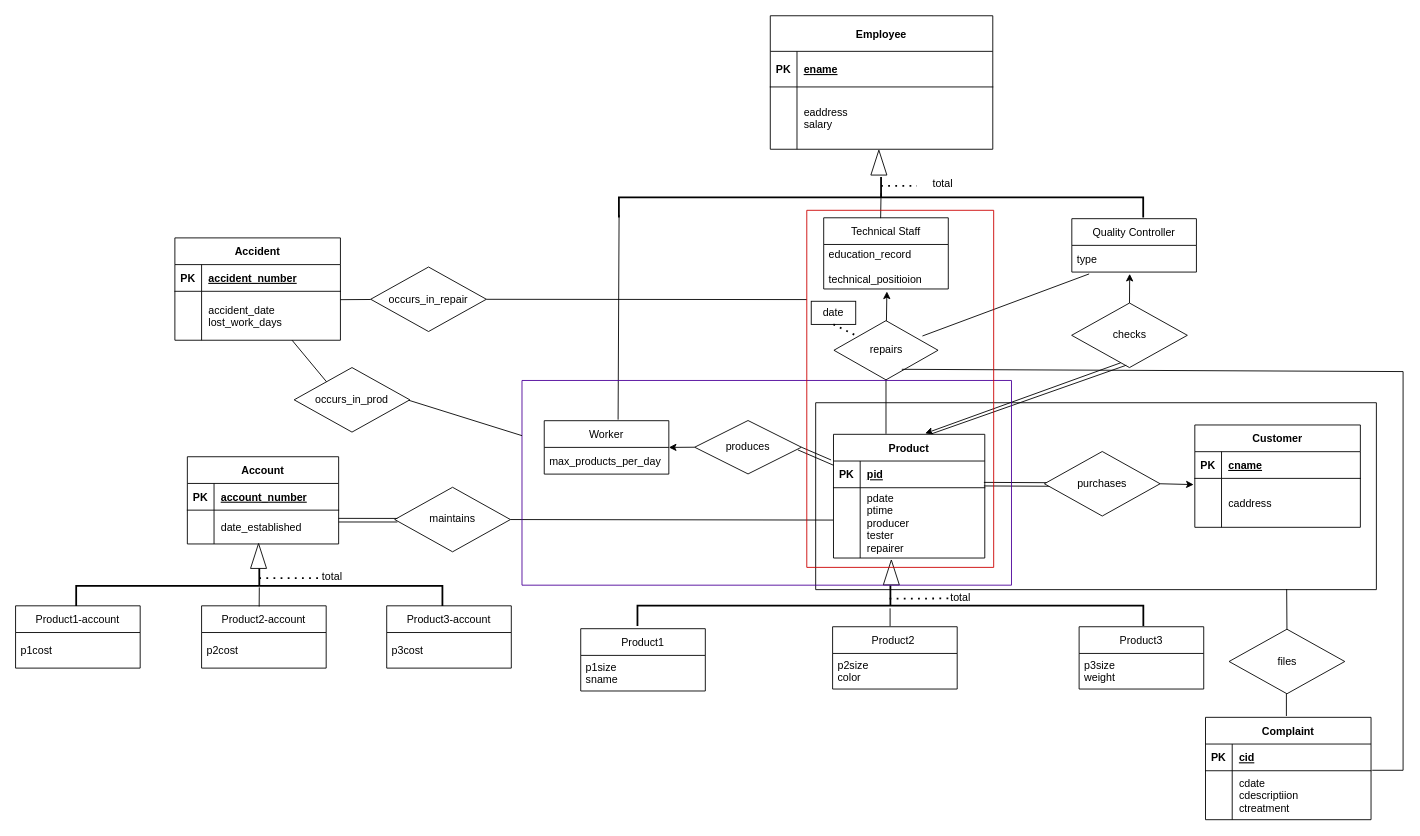
Before: Untitled Diagram.drawio in starrycode/ER-Diagrams, a draw.io diagram. Source tidied: cells renumbered, new cells numbered last; positions are measured from the earlier drawing's top-left corner, leaving out a move shared by most shapes. Both pictures are drawn from the tidied source at 89%, with x=0, y=0 at pixel (15, -65).
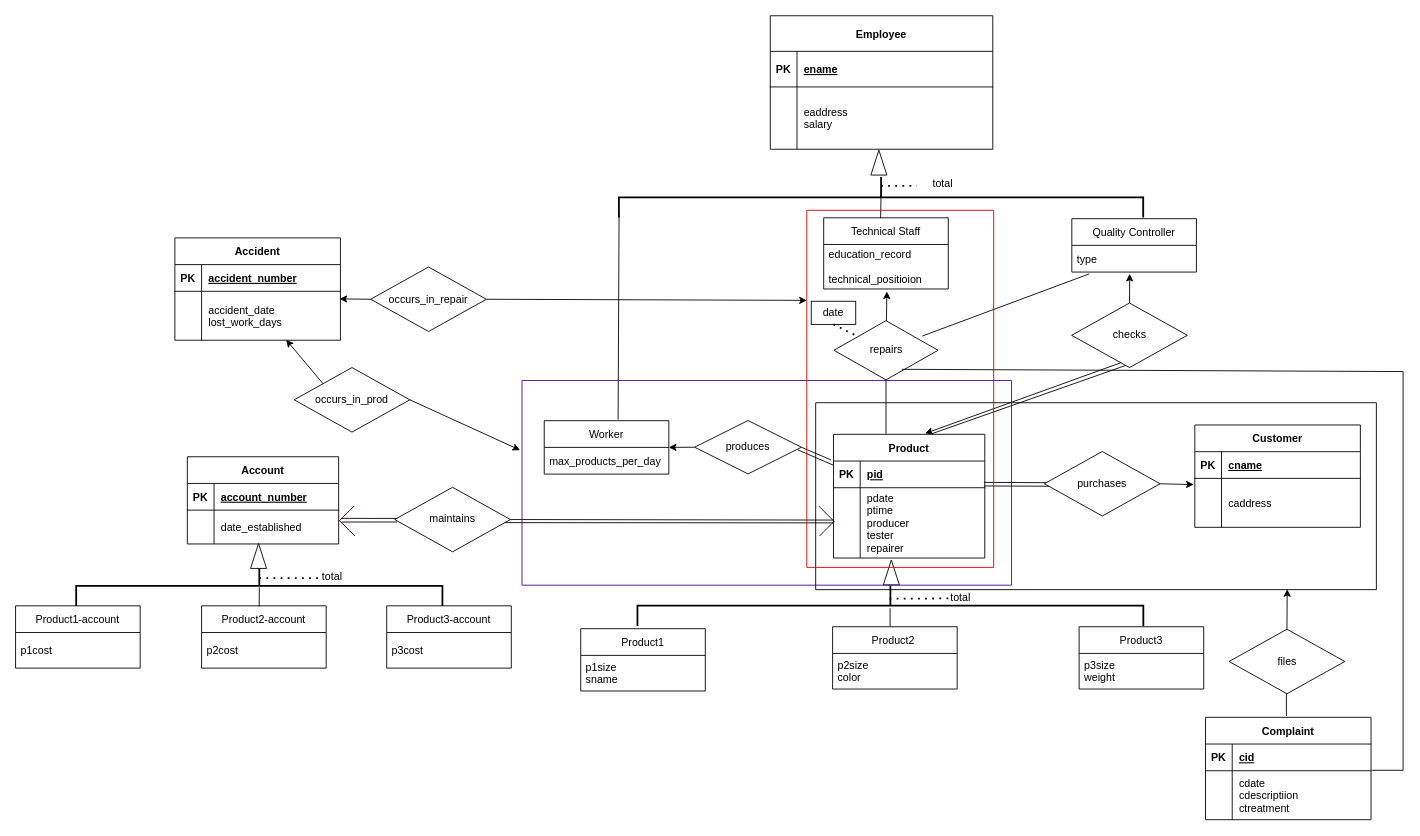
After the change.

The change refers to these unchanged cells:
```xml
<mxCell id="27" style="shape=partialRectangle;fillColor=none;points=[[0,0.5],[1,0.5]];portConstraint=eastwest;top=0;left=0;right=0;bottom=0;" parent="23" vertex="1">
  <mxGeometry y="60" width="170" height="38" as="geometry" />
</mxCell>
<mxCell id="58" style="shape=partialRectangle;fillColor=none;points=[[0,0.5],[1,0.5]];portConstraint=eastwest;top=0;left=0;right=0;bottom=0;" parent="54" vertex="1">
  <mxGeometry y="60" width="186" height="55" as="geometry" />
</mxCell>
<mxCell id="63" value="files" style="rhombus;whiteSpace=wrap;html=1;" parent="1" vertex="1">
  <mxGeometry x="1363.5" y="779.5" width="130" height="72.5" as="geometry" />
</mxCell>
<mxCell id="72" value="occurs_in_prod" style="rhombus;whiteSpace=wrap;html=1;" parent="1" vertex="1">
  <mxGeometry x="313" y="485.5" width="130" height="72.5" as="geometry" />
</mxCell>
<mxCell id="78" style="swimlane;startSize=0;" parent="1" vertex="1">
  <mxGeometry x="899" y="525" width="630" height="210" as="geometry" />
</mxCell>
<mxCell id="93" style="shape=partialRectangle;fillColor=none;points=[[0,0.5],[1,0.5]];portConstraint=eastwest;top=0;left=0;right=0;bottom=0;" parent="89" vertex="1">
  <mxGeometry y="60" width="170" height="79" as="geometry" />
</mxCell>
<mxCell id="108" style="swimlane;startSize=0;lineColor:red;strokeColor=#4C0099;" parent="1" vertex="1">
  <mxGeometry x="569" y="500" width="550" height="230" as="geometry" />
</mxCell>
<mxCell id="109" style="swimlane;startSize=0;strokeColor=#CC0000;" parent="1" vertex="1">
  <mxGeometry x="889" y="308.8" width="210" height="401.2" as="geometry" />
</mxCell>
<mxCell id="110" value="occurs_in_repair" style="rhombus;whiteSpace=wrap;html=1;" parent="1" vertex="1">
  <mxGeometry x="399" y="372.5" width="130" height="72.5" as="geometry" />
</mxCell>
```

Diff of the diagram source:
```diff
@@
-    <mxCell id="40" style="endArrow=none;html=1;rounded=0;exitX=0.999;exitY=0.243;exitDx=0;exitDy=0;exitPerimeter=0;" parent="1" edge="1" source="27">
+    <mxCell id="40" style="endArrow=none;html=1;rounded=0;exitX=0.145;exitY=-0.013;exitDx=0;exitDy=0;exitPerimeter=0;" parent="1" edge="1" source="115">
       <mxGeometry relative="1" as="geometry">
         <mxPoint x="429" y="655" as="targetPoint" />
       </mxGeometry>
     </mxCell>
@@
-    <mxCell id="64" style="endArrow=none;html=1;rounded=0;exitX=0.5;exitY=0;exitDx=0;exitDy=0;entryX=0.84;entryY=0.997;entryDx=0;entryDy=0;entryPerimeter=0;" parent="1" edge="1" source="63" target="78">
-      <mxGeometry relative="1" as="geometry" />
-    </mxCell>
@@
-    <mxCell id="73" style="endArrow=none;html=1;rounded=0;" parent="1" edge="1">
-      <mxGeometry relative="1" as="geometry">
-        <mxPoint x="365" y="409.2" as="sourcePoint" />
-        <mxPoint x="399" y="409" as="targetPoint" />
-      </mxGeometry>
-    </mxCell>
-    <mxCell id="74" style="endArrow=none;html=1;rounded=0;entryX=0;entryY=0.25;entryDx=0;entryDy=0;" parent="1" edge="1" target="109">
-      <mxGeometry relative="1" as="geometry">
-        <mxPoint x="529" y="408.8" as="sourcePoint" />
-      </mxGeometry>
-    </mxCell>
@@
-    <mxCell id="77" style="endArrow=none;html=1;rounded=0;" parent="1" edge="1">
+    <mxCell id="77" style="endArrow=none;html=1;rounded=0;startArrow=none;exitX=0.027;exitY=0.119;exitDx=0;exitDy=0;exitPerimeter=0;" parent="1" edge="1" source="115">
       <mxGeometry relative="1" as="geometry">
-        <mxPoint x="363" y="659" as="sourcePoint" />
         <mxPoint x="429" y="659" as="targetPoint" />
       </mxGeometry>
     </mxCell>
@@
+    <mxCell id="113" style="endArrow=none;html=1;rounded=0;exitX=1;exitY=0.5;exitDx=0;exitDy=0;entryX=0;entryY=0.5;entryDx=0;entryDy=0;" parent="108" edge="1" target="93">
+      <mxGeometry relative="1" as="geometry">
+        <mxPoint x="-19.5" y="159.7" as="sourcePoint" />
+      </mxGeometry>
+    </mxCell>
@@
+    <mxCell id="114" style="shape=partialRectangle;whiteSpace=wrap;html=1;bottom=0;right=0;fillColor=none;strokeColor=#33001A;rotation=-225;" parent="109" vertex="1">
+      <mxGeometry x="3" y="337.2" width="22.6" height="23.8" as="geometry" />
+    </mxCell>
@@
-    <mxCell id="111" style="endArrow=none;html=1;rounded=0;exitX=0.772;exitY=1.054;exitDx=0;exitDy=0;exitPerimeter=0;entryX=0.296;entryY=0.264;entryDx=0;entryDy=0;entryPerimeter=0;" parent="1" edge="1">
-      <mxGeometry relative="1" as="geometry">
-        <mxPoint x="310.6" y="454.7" as="sourcePoint" />
-        <mxPoint x="349.5" y="501.6" as="targetPoint" />
-      </mxGeometry>
-    </mxCell>
-    <mxCell id="112" style="endArrow=none;html=1;rounded=0;" parent="1" edge="1">
-      <mxGeometry relative="1" as="geometry">
-        <mxPoint x="442" y="522.3" as="sourcePoint" />
-        <mxPoint x="569" y="562" as="targetPoint" />
-      </mxGeometry>
-    </mxCell>
+    <mxCell id="115" style="shape=partialRectangle;whiteSpace=wrap;html=1;bottom=0;right=0;fillColor=none;strokeColor=#33001A;rotation=-45;" parent="1" vertex="1">
+      <mxGeometry x="369.1" y="646" width="22.6" height="23.8" as="geometry" />
+    </mxCell>
+    <mxCell id="116" style="endArrow=classic;html=1;rounded=0;entryX=0.672;entryY=0.991;entryDx=0;entryDy=0;entryPerimeter=0;exitX=0;exitY=0;exitDx=0;exitDy=0;" parent="1" edge="1" source="72" target="58">
+      <mxGeometry relative="1" as="geometry" />
+    </mxCell>
+    <mxCell id="117" style="endArrow=classic;html=1;rounded=0;exitX=1;exitY=0.5;exitDx=0;exitDy=0;entryX=-0.004;entryY=0.34;entryDx=0;entryDy=0;entryPerimeter=0;" parent="1" edge="1" source="72" target="108">
+      <mxGeometry relative="1" as="geometry" />
+    </mxCell>
+    <mxCell id="118" style="endArrow=classic;html=1;rounded=0;entryX=0.995;entryY=0.155;entryDx=0;entryDy=0;entryPerimeter=0;exitX=0;exitY=0.5;exitDx=0;exitDy=0;" parent="1" edge="1" source="110" target="58">
+      <mxGeometry relative="1" as="geometry" />
+    </mxCell>
+    <mxCell id="119" style="endArrow=classic;html=1;rounded=0;exitX=1;exitY=0.5;exitDx=0;exitDy=0;" parent="1" edge="1" source="110">
+      <mxGeometry relative="1" as="geometry">
+        <mxPoint x="889" y="410" as="targetPoint" />
+      </mxGeometry>
+    </mxCell>
+    <mxCell id="64" style="endArrow=classic;html=1;rounded=0;exitX=0.5;exitY=0;exitDx=0;exitDy=0;entryX=0.841;entryY=0.998;entryDx=0;entryDy=0;entryPerimeter=0;" parent="1" edge="1" source="63" target="78">
+      <mxGeometry relative="1" as="geometry" />
+    </mxCell>
```
